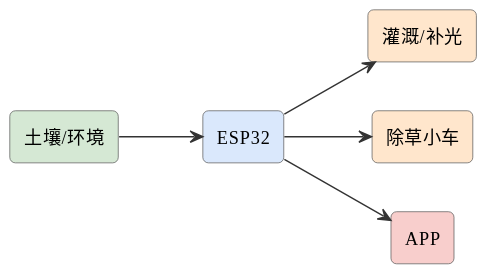
Earlier version of the PlantUML export assets/diagrams/ideas-fig122.svg (mingyi0818/IntelligentMcuCourse).
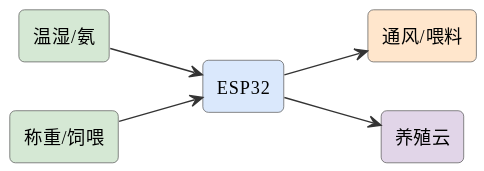
Above is the later version.

Diff of the diagram source:
```diff
@@ -6,13 +6,13 @@
 skinparam arrowFontSize 11
 skinparam arrowColor #333
 left to right direction
-rectangle "土壤/环境" as s #d5e8d4
+rectangle "温湿/氨" as env #d5e8d4
+rectangle "称重/饲喂" as w #d5e8d4
 rectangle "ESP32" as esp #dae8fc
-rectangle "灌溉/补光" as irr #ffe6cc
-rectangle "除草小车" as cart #ffe6cc
-rectangle "APP" as app #f8cecc
-s --> esp
-esp --> irr
-esp --> cart
-esp --> app
+rectangle "通风/喂料" as act #ffe6cc
+rectangle "养殖云" as cloud #e1d5e8
+env --> esp
+w --> esp
+esp --> act
+esp --> cloud
 @enduml
```
